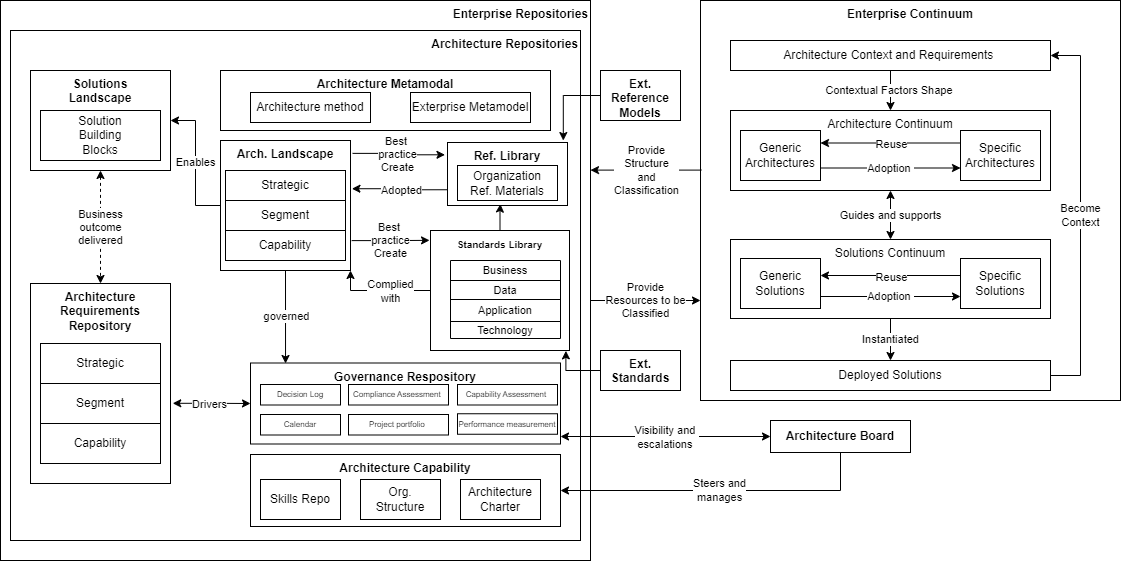
Before: drawio/Togaf/continuum.drawio.png, a diagram exported from draw.io (cmkam/architecture). Source tidied: cells renumbered, new cells last; positions are measured from the earlier drawing's top-left corner, leaving out a move shared by most shapes.
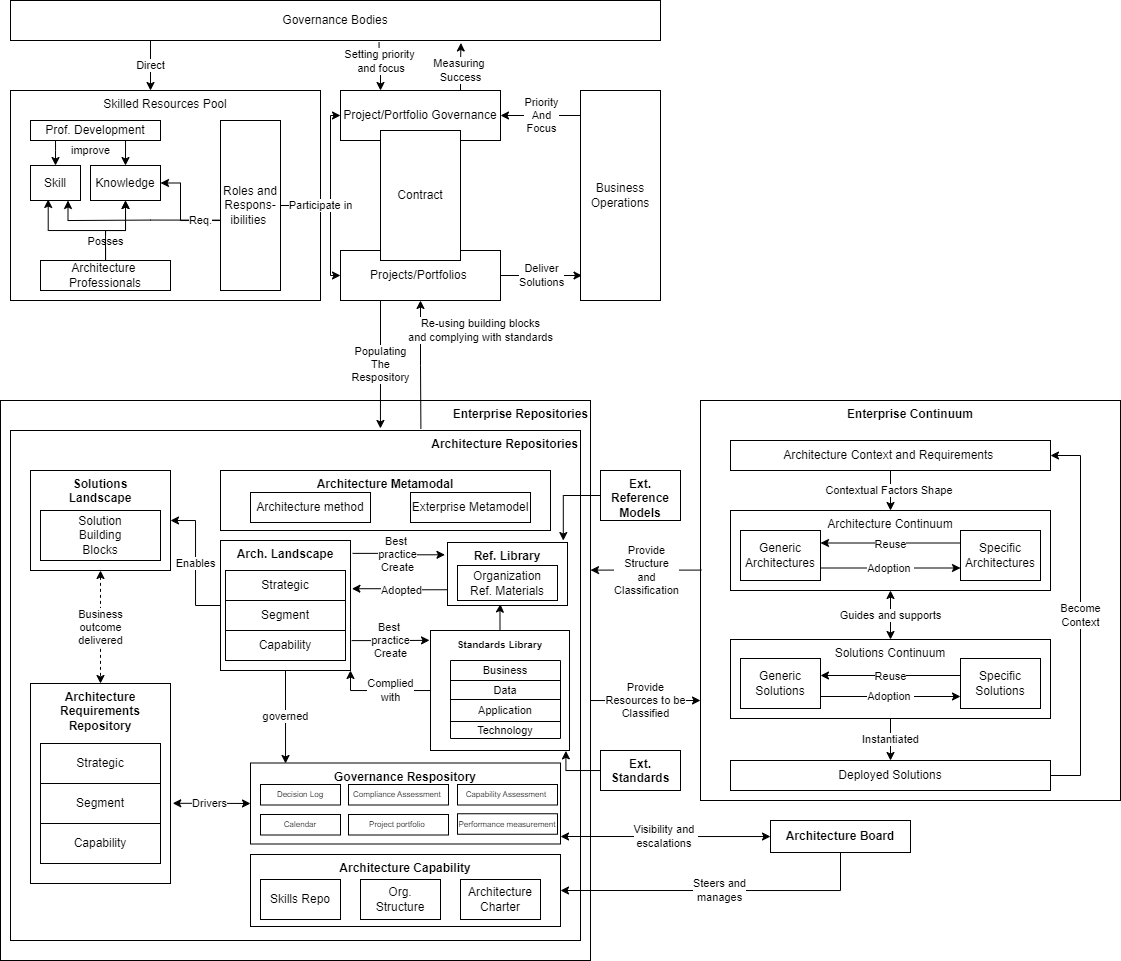
After the commit.

Diff of the diagram source:
```diff
@@ -11,6 +11,120 @@
     <mxCell id="4" value="&lt;b&gt;Enterprise Continuum&lt;/b&gt;" style="rounded=0;whiteSpace=wrap;html=1;verticalAlign=top;" parent="1" vertex="1">
       <mxGeometry x="700" width="420" height="400" as="geometry" />
     </mxCell>
+    <mxCell id="82" value="Direct" style="edgeStyle=orthogonalEdgeStyle;rounded=0;jettySize=auto;html=1;" parent="1" edge="1" source="84" target="85">
+      <mxGeometry relative="1" as="geometry">
+        <Array as="points">
+          <mxPoint x="150" y="-340" />
+          <mxPoint x="150" y="-340" />
+        </Array>
+      </mxGeometry>
+    </mxCell>
+    <mxCell id="83" value="Setting priority&lt;br&gt;&amp;nbsp;and focus" style="edgeStyle=orthogonalEdgeStyle;rounded=0;jettySize=auto;html=1;entryX=0.25;entryY=0;entryDx=0;entryDy=0;exitX=0.567;exitY=1.046;exitDx=0;exitDy=0;exitPerimeter=0;" parent="1" edge="1" source="84" target="102">
+      <mxGeometry x="-0.22" relative="1" as="geometry" />
+    </mxCell>
+    <mxCell id="84" value="Governance Bodies" style="rounded=0;whiteSpace=wrap;html=1;" parent="1" vertex="1">
+      <mxGeometry x="10" y="-400" width="650" height="40" as="geometry" />
+    </mxCell>
+    <mxCell id="85" value="Skilled Resources Pool" style="rounded=0;whiteSpace=wrap;html=1;verticalAlign=top;" parent="1" vertex="1">
+      <mxGeometry x="10" y="-310" width="310" height="210" as="geometry" />
+    </mxCell>
+    <mxCell id="86" value="improve" style="edgeStyle=orthogonalEdgeStyle;rounded=0;jettySize=auto;html=1;entryX=0.5;entryY=0;entryDx=0;entryDy=0;" parent="1" edge="1" source="88" target="89">
+      <mxGeometry x="-0.2" y="35" relative="1" as="geometry">
+        <Array as="points">
+          <mxPoint x="55" y="-250" />
+          <mxPoint x="55" y="-250" />
+        </Array>
+      </mxGeometry>
+    </mxCell>
+    <mxCell id="87" style="edgeStyle=orthogonalEdgeStyle;rounded=0;jettySize=auto;html=1;entryX=0.5;entryY=0;entryDx=0;entryDy=0;exitX=0.75;exitY=1;exitDx=0;exitDy=0;" parent="1" edge="1" source="88" target="90">
+      <mxGeometry relative="1" as="geometry" />
+    </mxCell>
+    <mxCell id="88" value="Prof. Development" style="rounded=0;whiteSpace=wrap;html=1;" parent="1" vertex="1">
+      <mxGeometry x="30" y="-280" width="130" height="20" as="geometry" />
+    </mxCell>
+    <mxCell id="89" value="Skill" style="rounded=0;whiteSpace=wrap;html=1;" parent="1" vertex="1">
+      <mxGeometry x="30" y="-235" width="50" height="35" as="geometry" />
+    </mxCell>
+    <mxCell id="90" value="Knowledge" style="rounded=0;whiteSpace=wrap;html=1;" parent="1" vertex="1">
+      <mxGeometry x="90" y="-235" width="70" height="35" as="geometry" />
+    </mxCell>
+    <mxCell id="91" style="edgeStyle=orthogonalEdgeStyle;rounded=0;jettySize=auto;html=1;entryX=0.75;entryY=1;entryDx=0;entryDy=0;exitX=0.019;exitY=0.586;exitDx=0;exitDy=0;exitPerimeter=0;" parent="1" edge="1" source="95" target="89">
+      <mxGeometry relative="1" as="geometry" />
+    </mxCell>
+    <mxCell id="92" value="Req." style="edgeStyle=orthogonalEdgeStyle;rounded=0;jettySize=auto;html=1;entryX=1;entryY=0.5;entryDx=0;entryDy=0;exitX=0.006;exitY=0.371;exitDx=0;exitDy=0;exitPerimeter=0;" parent="1" edge="1" source="95" target="90">
+      <mxGeometry x="-0.15" relative="1" as="geometry">
+        <Array as="points">
+          <mxPoint x="221" y="-180" />
+          <mxPoint x="180" y="-180" />
+          <mxPoint x="180" y="-218" />
+        </Array>
+      </mxGeometry>
+    </mxCell>
+    <mxCell id="93" style="edgeStyle=orthogonalEdgeStyle;rounded=0;jettySize=auto;html=1;entryX=0;entryY=0.5;entryDx=0;entryDy=0;" parent="1" edge="1" source="95" target="102">
+      <mxGeometry relative="1" as="geometry">
+        <Array as="points">
+          <mxPoint x="330" y="-195" />
+          <mxPoint x="330" y="-285" />
+        </Array>
+      </mxGeometry>
+    </mxCell>
+    <mxCell id="94" value="Participate in" style="edgeStyle=orthogonalEdgeStyle;rounded=0;jettySize=auto;html=1;entryX=0;entryY=0.5;entryDx=0;entryDy=0;" parent="1" edge="1" source="95" target="106">
+      <mxGeometry x="-0.38" relative="1" as="geometry">
+        <Array as="points">
+          <mxPoint x="330" y="-195" />
+          <mxPoint x="330" y="-125" />
+        </Array>
+      </mxGeometry>
+    </mxCell>
+    <mxCell id="95" value="Roles and Respons-ibilities&amp;nbsp;" style="rounded=0;whiteSpace=wrap;html=1;" parent="1" vertex="1">
+      <mxGeometry x="220" y="-280" width="60" height="170" as="geometry" />
+    </mxCell>
+    <mxCell id="96" style="edgeStyle=orthogonalEdgeStyle;rounded=0;jettySize=auto;html=1;entryX=0.354;entryY=0.971;entryDx=0;entryDy=0;entryPerimeter=0;" parent="1" edge="1" source="100" target="89">
+      <mxGeometry relative="1" as="geometry" />
+    </mxCell>
+    <mxCell id="97" style="edgeStyle=orthogonalEdgeStyle;rounded=0;jettySize=auto;html=1;entryX=0.5;entryY=1;entryDx=0;entryDy=0;" parent="1" edge="1" source="100" target="90">
+      <mxGeometry relative="1" as="geometry" />
+    </mxCell>
+    <mxCell id="98" value="Posses" style="edgeLabel;html=1;align=center;verticalAlign=middle;" parent="97" vertex="1">
+      <mxGeometry x="-0.76" relative="1" as="geometry">
+        <mxPoint y="-10" as="offset" />
+      </mxGeometry>
+    </mxCell>
+    <mxCell id="99" style="edgeStyle=orthogonalEdgeStyle;rounded=0;jettySize=auto;html=1;" parent="1" edge="1" source="100" target="90">
+      <mxGeometry relative="1" as="geometry" />
+    </mxCell>
+    <mxCell id="100" value="Architecture&amp;nbsp;&lt;br&gt;Professionals" style="rounded=0;whiteSpace=wrap;html=1;" parent="1" vertex="1">
+      <mxGeometry x="40" y="-140" width="130" height="30" as="geometry" />
+    </mxCell>
+    <mxCell id="101" value="Measuring&amp;nbsp;&lt;br&gt;Success" style="edgeStyle=orthogonalEdgeStyle;rounded=0;jettySize=auto;html=1;entryX=0.693;entryY=1.061;entryDx=0;entryDy=0;entryPerimeter=0;exitX=0.75;exitY=0;exitDx=0;exitDy=0;" parent="1" edge="1" source="102" target="84">
+      <mxGeometry x="-0.18" relative="1" as="geometry">
+        <mxPoint y="-1" as="offset" />
+      </mxGeometry>
+    </mxCell>
+    <mxCell id="102" value="Project/Portfolio Governance" style="rounded=0;whiteSpace=wrap;html=1;" parent="1" vertex="1">
+      <mxGeometry x="340" y="-310" width="160" height="50" as="geometry" />
+    </mxCell>
+    <mxCell id="103" value="Populating&lt;br&gt;The&lt;br&gt;Respository" style="edgeStyle=orthogonalEdgeStyle;rounded=0;jettySize=auto;html=1;entryX=0.649;entryY=-0.004;entryDx=0;entryDy=0;entryPerimeter=0;exitX=0.25;exitY=1;exitDx=0;exitDy=0;" parent="1" edge="1" source="106" target="3">
+      <mxGeometry relative="1" as="geometry" />
+    </mxCell>
+    <mxCell id="104" value="Re-using building blocks &lt;br&gt;and complying with standards" style="edgeStyle=orthogonalEdgeStyle;rounded=0;jettySize=auto;html=1;entryX=0.72;entryY=-0.003;entryDx=0;entryDy=0;entryPerimeter=0;startArrow=classic;startFill=1;endArrow=none;endFill=0;" parent="1" edge="1" source="106" target="3">
+      <mxGeometry x="-0.53" y="60" relative="1" as="geometry" />
+    </mxCell>
+    <mxCell id="105" value="Deliver&lt;br&gt;Solutions" style="edgeStyle=orthogonalEdgeStyle;rounded=0;jettySize=auto;html=1;entryX=0.019;entryY=0.881;entryDx=0;entryDy=0;entryPerimeter=0;" parent="1" edge="1" source="106" target="109">
+      <mxGeometry relative="1" as="geometry" />
+    </mxCell>
+    <mxCell id="106" value="Projects/Portfolios&amp;nbsp;" style="rounded=0;whiteSpace=wrap;html=1;" parent="1" vertex="1">
+      <mxGeometry x="340" y="-150" width="160" height="50" as="geometry" />
+    </mxCell>
+    <mxCell id="107" value="Contract" style="rounded=0;whiteSpace=wrap;html=1;" parent="1" vertex="1">
+      <mxGeometry x="380" y="-270" width="80" height="130" as="geometry" />
+    </mxCell>
+    <mxCell id="108" value="Priority&lt;br&gt;And&lt;br&gt;Focus" style="edgeStyle=orthogonalEdgeStyle;rounded=0;jettySize=auto;html=1;entryX=1;entryY=0.5;entryDx=0;entryDy=0;exitX=0.014;exitY=0.119;exitDx=0;exitDy=0;exitPerimeter=0;" parent="1" edge="1" source="109" target="102">
+      <mxGeometry relative="1" as="geometry" />
+    </mxCell>
+    <mxCell id="109" value="Business&lt;br&gt;Operations" style="rounded=0;whiteSpace=wrap;html=1;" parent="1" vertex="1">
+      <mxGeometry x="580" y="-310" width="80" height="210" as="geometry" />
+    </mxCell>
     <mxCell id="5" parent="0" />
     <mxCell id="6" value="Provide&lt;br&gt;Resources to be&lt;br&gt;Classified" style="edgeStyle=orthogonalEdgeStyle;rounded=0;jettySize=auto;html=1;entryX=0;entryY=0.75;entryDx=0;entryDy=0;" parent="5" edge="1" source="2" target="4">
       <mxGeometry relative="1" as="geometry">
```
